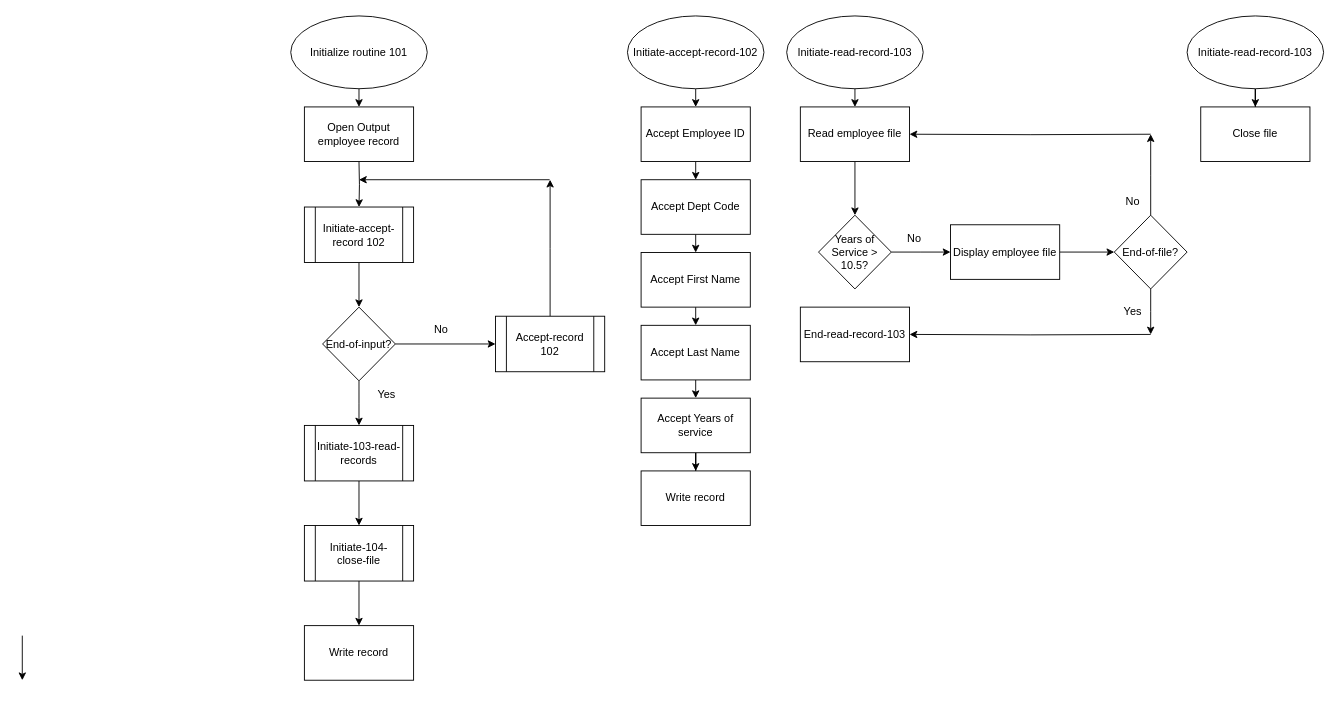
This is Untitled Diagram.drawio from Wild-Things/Cobol-Flowcharts-a1, a draw.io file, before an edit. Source tidied: cells renumbered, new cells numbered last; positions are measured from the earlier drawing's top-left corner, leaving out a move shared by most shapes. Both pictures are drawn from the tidied source at 91%, with x=0, y=0 at pixel (22, 15).
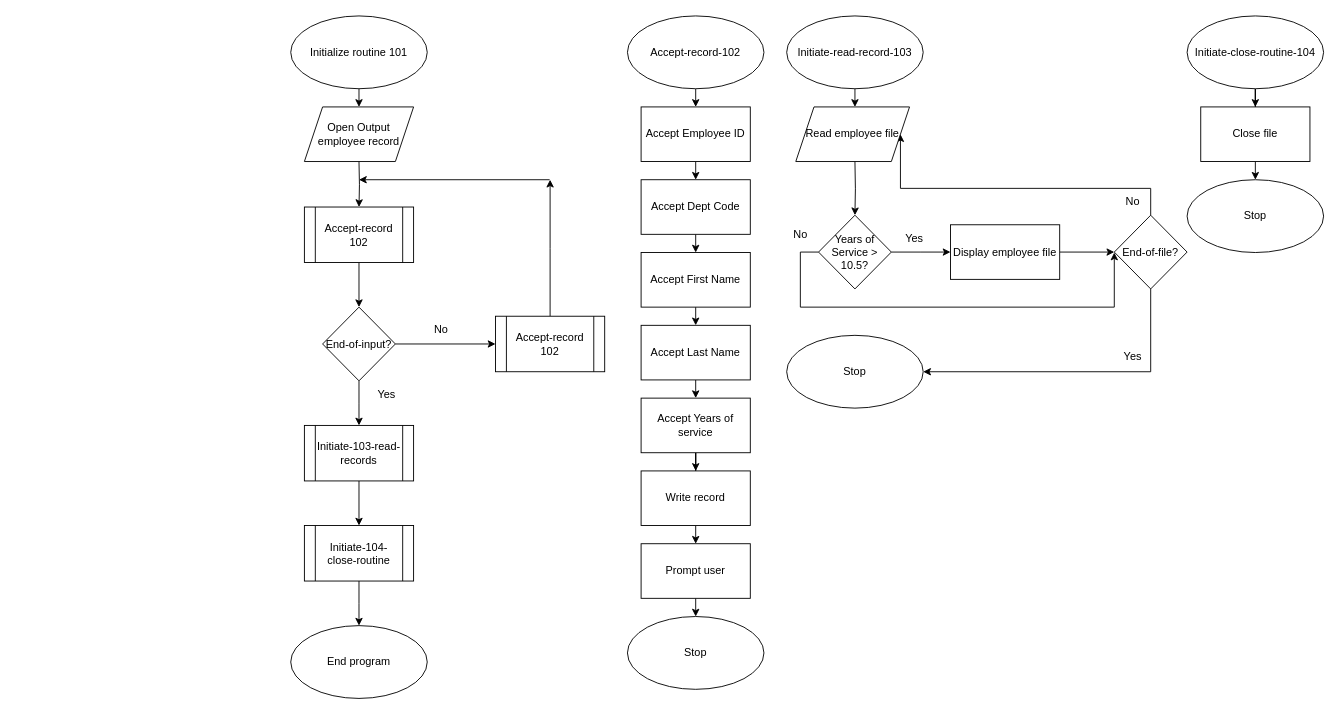
The same page after the edit.

The change refers to these unchanged cells:
```xml
<mxCell id="4" value="Initialize routine 101" style="ellipse;whiteSpace=wrap;html=1;" parent="1" vertex="1">
  <mxGeometry x="295" width="150" height="80" as="geometry" />
</mxCell>
<mxCell id="27" value="&lt;div&gt;Write record&lt;/div&gt;" style="rounded=0;whiteSpace=wrap;html=1;" parent="1" vertex="1">
  <mxGeometry x="680" y="500" width="120" height="60" as="geometry" />
</mxCell>
<mxCell id="31" value="Initiate-read-record-103" style="ellipse;whiteSpace=wrap;html=1;" parent="1" vertex="1">
  <mxGeometry x="840" width="150" height="80" as="geometry" />
</mxCell>
<mxCell id="35" value="Years of Service &amp;gt; 10.5?" style="rhombus;whiteSpace=wrap;html=1;" parent="1" vertex="1">
  <mxGeometry x="875" y="219" width="80" height="81" as="geometry" />
</mxCell>
<mxCell id="43" value="End-of-file?" style="rhombus;whiteSpace=wrap;html=1;" parent="1" vertex="1">
  <mxGeometry x="1200" y="219" width="80" height="81" as="geometry" />
</mxCell>
<mxCell id="54" value="&lt;div&gt;Close file&lt;/div&gt;" style="rounded=0;whiteSpace=wrap;html=1;" parent="1" vertex="1">
  <mxGeometry x="1295" y="100" width="120" height="60" as="geometry" />
</mxCell>
```

Diff of the diagram source:
```diff
@@
-    <mxCell id="3" style="edgeStyle=orthogonalEdgeStyle;rounded=0;jettySize=auto;html=1;exitX=0.5;exitY=1;exitDx=0;exitDy=0;entryX=0.5;entryY=0;entryDx=0;entryDy=0;" parent="1" edge="1" source="4" target="21">
-      <mxGeometry relative="1" as="geometry" />
+    <mxCell id="3" style="edgeStyle=orthogonalEdgeStyle;rounded=0;jettySize=auto;html=1;exitX=0.5;exitY=1;exitDx=0;exitDy=0;entryX=0.5;entryY=0;entryDx=0;entryDy=0;" parent="1" edge="1" source="4">
+      <mxGeometry relative="1" as="geometry">
+        <mxPoint x="370" y="100" as="targetPoint" />
+      </mxGeometry>
     </mxCell>
@@
-    <mxCell id="8" value="Initiate-accept-record 102" style="shape=process;whiteSpace=wrap;html=1;backgroundOutline=1;" parent="1" vertex="1">
+    <mxCell id="8" value="Accept-record 102" style="shape=process;whiteSpace=wrap;html=1;backgroundOutline=1;" parent="1" vertex="1">
       <mxGeometry x="310" y="210" width="120" height="61" as="geometry" />
     </mxCell>
@@
-    <mxCell id="13" value="Initiate-accept-record-102" style="ellipse;whiteSpace=wrap;html=1;" parent="1" vertex="1">
+    <mxCell id="13" value="&lt;div&gt;Accept-record-102&lt;/div&gt;" style="ellipse;whiteSpace=wrap;html=1;" parent="1" vertex="1">
       <mxGeometry x="665" width="150" height="80" as="geometry" />
     </mxCell>
@@
-    <mxCell id="21" value="&lt;div&gt;Open Output employee record&lt;/div&gt;" style="rounded=0;whiteSpace=wrap;html=1;" parent="1" vertex="1">
-      <mxGeometry x="310" y="100" width="120" height="60" as="geometry" />
-    </mxCell>
@@
+    <mxCell id="55" style="edgeStyle=orthogonalEdgeStyle;rounded=0;jettySize=auto;html=1;exitX=0.5;exitY=1;exitDx=0;exitDy=0;entryX=0.5;entryY=0;entryDx=0;entryDy=0;" parent="1" edge="1" source="27" target="61">
+      <mxGeometry relative="1" as="geometry" />
+    </mxCell>
@@
-    <mxCell id="30" style="edgeStyle=orthogonalEdgeStyle;rounded=0;jettySize=auto;html=1;exitX=0.5;exitY=1;exitDx=0;exitDy=0;entryX=0.5;entryY=0;entryDx=0;entryDy=0;" parent="1" edge="1" source="31" target="33">
-      <mxGeometry relative="1" as="geometry" />
+    <mxCell id="30" style="edgeStyle=orthogonalEdgeStyle;rounded=0;jettySize=auto;html=1;exitX=0.5;exitY=1;exitDx=0;exitDy=0;entryX=0.5;entryY=0;entryDx=0;entryDy=0;" parent="1" edge="1" source="31">
+      <mxGeometry relative="1" as="geometry">
+        <mxPoint x="915" y="100" as="targetPoint" />
+      </mxGeometry>
     </mxCell>
@@
-    <mxCell id="32" style="edgeStyle=orthogonalEdgeStyle;rounded=0;jettySize=auto;html=1;" parent="1" edge="1" source="33" target="35">
-      <mxGeometry relative="1" as="geometry" />
+    <mxCell id="32" style="edgeStyle=orthogonalEdgeStyle;rounded=0;jettySize=auto;html=1;" parent="1" edge="1" target="35">
+      <mxGeometry relative="1" as="geometry">
+        <mxPoint x="915" y="160" as="sourcePoint" />
+      </mxGeometry>
     </mxCell>
-    <mxCell id="33" value="Read employee file" style="rounded=0;whiteSpace=wrap;html=1;" parent="1" vertex="1">
-      <mxGeometry x="855" y="100" width="120" height="60" as="geometry" />
-    </mxCell>
@@
+    <mxCell id="56" style="edgeStyle=orthogonalEdgeStyle;rounded=0;jettySize=auto;html=1;exitX=0;exitY=0.5;exitDx=0;exitDy=0;" parent="1" edge="1" source="35">
+      <mxGeometry relative="1" as="geometry">
+        <mxPoint x="1200" y="260" as="targetPoint" />
+        <Array as="points">
+          <mxPoint x="855" y="260" />
+          <mxPoint x="855" y="320" />
+        </Array>
+      </mxGeometry>
+    </mxCell>
@@
-    <mxCell id="37" value="No" style="text;html=1;align=center;verticalAlign=middle;strokeColor=none;fillColor=none;" parent="1" vertex="1">
+    <mxCell id="37" value="Yes" style="text;html=1;align=center;verticalAlign=middle;strokeColor=none;fillColor=none;" parent="1" vertex="1">
       <mxGeometry x="960" y="230" width="40" height="30" as="geometry" />
     </mxCell>
@@
-    <mxCell id="41" style="edgeStyle=orthogonalEdgeStyle;rounded=0;jettySize=auto;html=1;exitX=0.5;exitY=0;exitDx=0;exitDy=0;" parent="1" edge="1" source="43">
-      <mxGeometry relative="1" as="geometry">
-        <mxPoint x="1240" y="130" as="targetPoint" />
-      </mxGeometry>
+    <mxCell id="41" style="edgeStyle=orthogonalEdgeStyle;rounded=0;jettySize=auto;html=1;exitX=0.5;exitY=0;exitDx=0;exitDy=0;entryX=1;entryY=0.5;entryDx=0;entryDy=0;" parent="1" edge="1" source="43" target="33">
+      <mxGeometry relative="1" as="geometry" />
     </mxCell>
-    <mxCell id="42" style="edgeStyle=orthogonalEdgeStyle;rounded=0;jettySize=auto;html=1;exitX=0.5;exitY=1;exitDx=0;exitDy=0;" parent="1" edge="1" source="43">
-      <mxGeometry relative="1" as="geometry">
-        <mxPoint x="1240" y="350" as="targetPoint" />
-      </mxGeometry>
-    </mxCell>
+    <mxCell id="57" style="edgeStyle=orthogonalEdgeStyle;rounded=0;jettySize=auto;html=1;exitX=0.5;exitY=1;exitDx=0;exitDy=0;entryX=1;entryY=0.5;entryDx=0;entryDy=0;" parent="1" edge="1" source="43" target="64">
+      <mxGeometry relative="1" as="geometry" />
+    </mxCell>
@@
     <mxCell id="44" value="Yes" style="text;html=1;align=center;verticalAlign=middle;strokeColor=none;fillColor=none;" parent="1" vertex="1">
-      <mxGeometry x="1200" y="310" width="40" height="30" as="geometry" />
+      <mxGeometry x="1200" y="360" width="40" height="30" as="geometry" />
     </mxCell>
-    <mxCell id="45" style="edgeStyle=orthogonalEdgeStyle;rounded=0;jettySize=auto;html=1;entryX=1;entryY=0.5;entryDx=0;entryDy=0;" parent="1" edge="1" target="47">
-      <mxGeometry relative="1" as="geometry">
-        <mxPoint x="1240" y="350" as="sourcePoint" />
-      </mxGeometry>
-    </mxCell>
-    <mxCell id="46" style="edgeStyle=orthogonalEdgeStyle;rounded=0;jettySize=auto;html=1;entryX=1;entryY=0.5;entryDx=0;entryDy=0;" parent="1" edge="1" target="33">
-      <mxGeometry relative="1" as="geometry">
-        <mxPoint x="1240" y="130" as="sourcePoint" />
-      </mxGeometry>
-    </mxCell>
-    <mxCell id="47" value="End-read-record-103" style="rounded=0;whiteSpace=wrap;html=1;" parent="1" vertex="1">
-      <mxGeometry x="855" y="320" width="120" height="60" as="geometry" />
-    </mxCell>
-    <mxCell id="48" style="edgeStyle=orthogonalEdgeStyle;rounded=0;jettySize=auto;html=1;exitX=0.5;exitY=1;exitDx=0;exitDy=0;entryX=0.5;entryY=0;entryDx=0;entryDy=0;" parent="1" edge="1" source="49" target="51">
-      <mxGeometry relative="1" as="geometry" />
+    <mxCell id="48" style="edgeStyle=orthogonalEdgeStyle;rounded=0;jettySize=auto;html=1;exitX=0.5;exitY=1;exitDx=0;exitDy=0;entryX=0.5;entryY=0;entryDx=0;entryDy=0;" parent="1" edge="1" source="49">
+      <mxGeometry relative="1" as="geometry">
+        <mxPoint x="370" y="670" as="targetPoint" />
+      </mxGeometry>
     </mxCell>
-    <mxCell id="49" value="&lt;div&gt;Initiate-104-close-file&lt;/div&gt;" style="shape=process;whiteSpace=wrap;html=1;backgroundOutline=1;" parent="1" vertex="1">
+    <mxCell id="49" value="&lt;div&gt;Initiate-104-close-routine&lt;/div&gt;" style="shape=process;whiteSpace=wrap;html=1;backgroundOutline=1;" parent="1" vertex="1">
       <mxGeometry x="310" y="560" width="120" height="61" as="geometry" />
     </mxCell>
-    <mxCell id="50" style="edgeStyle=orthogonalEdgeStyle;rounded=0;orthogonalLoop=1;jettySize=auto;html=1;exitX=0.5;exitY=1;exitDx=0;exitDy=0;entryX=0.5;entryY=0;entryDx=0;entryDy=0;" parent="1" edge="1">
-      <mxGeometry relative="1" as="geometry">
-        <mxPoint y="681" as="sourcePoint" />
-        <mxPoint y="730" as="targetPoint" />
-      </mxGeometry>
-    </mxCell>
-    <mxCell id="51" value="&lt;div&gt;Write record&lt;/div&gt;" style="rounded=0;whiteSpace=wrap;html=1;" parent="1" vertex="1">
-      <mxGeometry x="310" y="670" width="120" height="60" as="geometry" />
-    </mxCell>
@@
-    <mxCell id="53" value="Initiate-read-record-103" style="ellipse;whiteSpace=wrap;html=1;" parent="1" vertex="1">
+    <mxCell id="53" value="Initiate-close-routine-104" style="ellipse;whiteSpace=wrap;html=1;" parent="1" vertex="1">
       <mxGeometry x="1280" width="150" height="80" as="geometry" />
     </mxCell>
+    <mxCell id="58" style="edgeStyle=orthogonalEdgeStyle;rounded=0;jettySize=auto;html=1;exitX=0.5;exitY=1;exitDx=0;exitDy=0;entryX=0.5;entryY=0;entryDx=0;entryDy=0;" parent="1" edge="1" source="54" target="65">
+      <mxGeometry relative="1" as="geometry" />
+    </mxCell>
@@
+    <mxCell id="59" value="&lt;div&gt;No&lt;/div&gt;" style="text;html=1;align=center;verticalAlign=middle;strokeColor=none;fillColor=none;" parent="1" vertex="1">
+      <mxGeometry x="835" y="225.5" width="40" height="30" as="geometry" />
+    </mxCell>
+    <mxCell id="60" style="edgeStyle=orthogonalEdgeStyle;rounded=0;jettySize=auto;html=1;exitX=0.5;exitY=1;exitDx=0;exitDy=0;entryX=0.5;entryY=0;entryDx=0;entryDy=0;" parent="1" edge="1" source="61" target="63">
+      <mxGeometry relative="1" as="geometry" />
+    </mxCell>
+    <mxCell id="61" value="&lt;div&gt;Prompt user&lt;/div&gt;" style="rounded=0;whiteSpace=wrap;html=1;" parent="1" vertex="1">
+      <mxGeometry x="680" y="580" width="120" height="60" as="geometry" />
+    </mxCell>
+    <mxCell id="33" value="Read employee file" style="shape=parallelogram;perimeter=parallelogramPerimeter;whiteSpace=wrap;html=1;fixedSize=1;" parent="1" vertex="1">
+      <mxGeometry x="850" y="100" width="125" height="60" as="geometry" />
+    </mxCell>
+    <mxCell id="21" value="&lt;div&gt;Open Output employee record&lt;/div&gt;" style="shape=parallelogram;perimeter=parallelogramPerimeter;whiteSpace=wrap;html=1;fixedSize=1;" parent="1" vertex="1">
+      <mxGeometry x="310" y="100" width="120" height="60" as="geometry" />
+    </mxCell>
+    <mxCell id="62" value="&lt;div&gt;End program&lt;/div&gt;" style="ellipse;whiteSpace=wrap;html=1;" parent="1" vertex="1">
+      <mxGeometry x="295" y="670" width="150" height="80" as="geometry" />
+    </mxCell>
+    <mxCell id="63" value="&lt;div&gt;Stop&lt;/div&gt;" style="ellipse;whiteSpace=wrap;html=1;" parent="1" vertex="1">
+      <mxGeometry x="665" y="660" width="150" height="80" as="geometry" />
+    </mxCell>
+    <mxCell id="64" value="&lt;div&gt;Stop&lt;/div&gt;" style="ellipse;whiteSpace=wrap;html=1;" parent="1" vertex="1">
+      <mxGeometry x="840" y="351" width="150" height="80" as="geometry" />
+    </mxCell>
+    <mxCell id="65" value="&lt;div&gt;Stop&lt;/div&gt;" style="ellipse;whiteSpace=wrap;html=1;" parent="1" vertex="1">
+      <mxGeometry x="1280" y="180" width="150" height="80" as="geometry" />
+    </mxCell>
```
